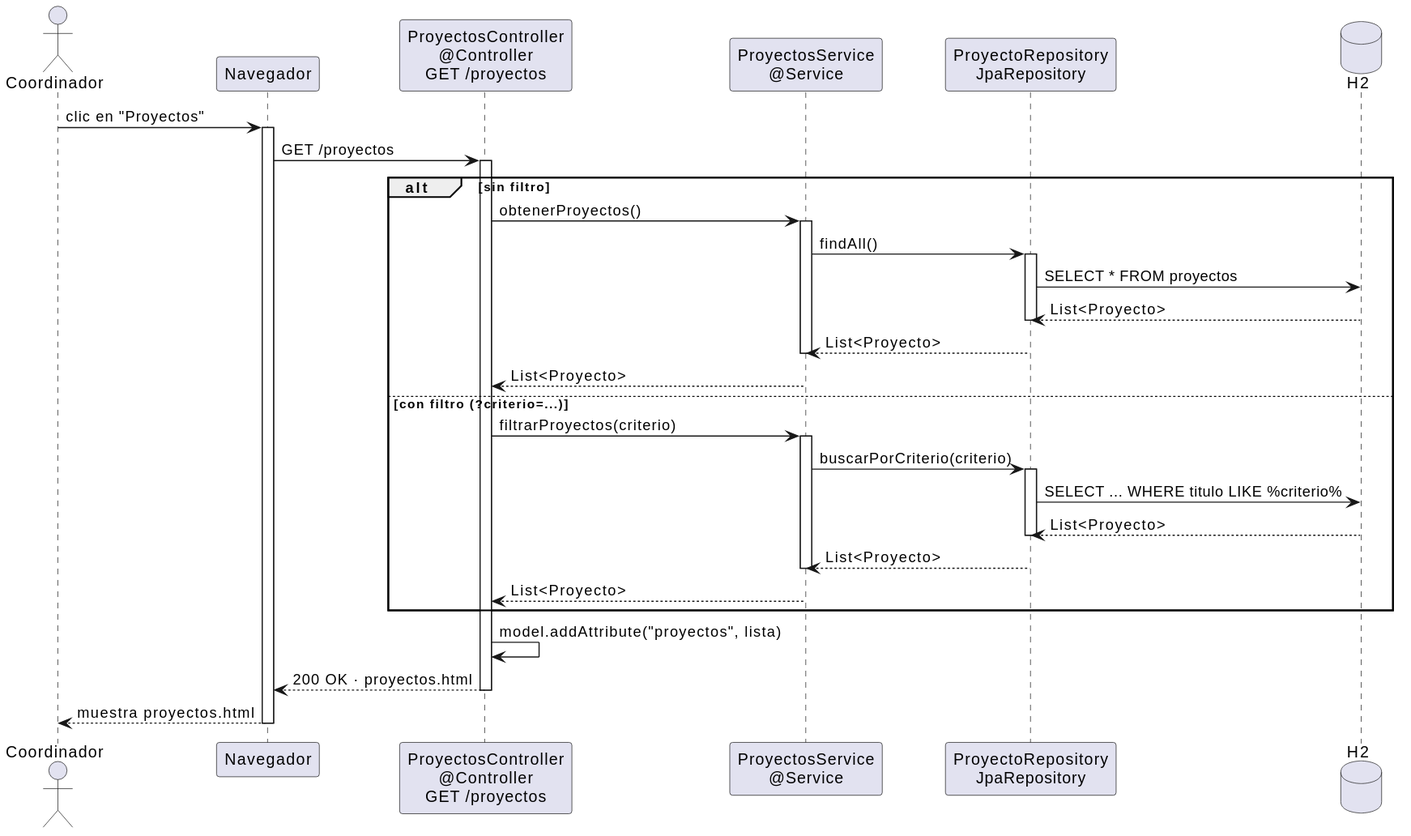
This is images/diseño/coordinador/abrirProyectos-diseño.svg from 31Diego/25-26-idsw2-sdVC, a PlantUML export, as it was before one commit. The source it was exported from:
```plantuml
@startuml
skinparam linetype ortho

actor "Coordinador" as Coord
participant "Navegador" as Nav
participant "ProyectosController\n@Controller\nGET /proyectos" as Ctrl
participant "ProyectosService\n@Service" as Service
participant "ProyectoRepository\nJpaRepository" as Repo
database "H2" as DB

Coord -> Nav : clic en "Proyectos"
activate Nav
Nav -> Ctrl : GET /proyectos
activate Ctrl

alt sin filtro
    Ctrl -> Service : obtenerProyectos()
    activate Service
    Service -> Repo : findAll()
    activate Repo
    Repo -> DB : SELECT * FROM proyectos
    DB --> Repo : List<Proyecto>
    deactivate Repo
    Repo --> Service : List<Proyecto>
    deactivate Service
    Service --> Ctrl : List<Proyecto>
else con filtro (?criterio=...)
    Ctrl -> Service : filtrarProyectos(criterio)
    activate Service
    Service -> Repo : buscarPorCriterio(criterio)
    activate Repo
    Repo -> DB : SELECT ... WHERE titulo LIKE %criterio%
    DB --> Repo : List<Proyecto>
    deactivate Repo
    Repo --> Service : List<Proyecto>
    deactivate Service
    Service --> Ctrl : List<Proyecto>
end

Ctrl -> Ctrl : model.addAttribute("proyectos", lista)
Ctrl --> Nav : 200 OK · proyectos.html
deactivate Ctrl
Nav --> Coord : muestra proyectos.html
deactivate Nav
@enduml
```
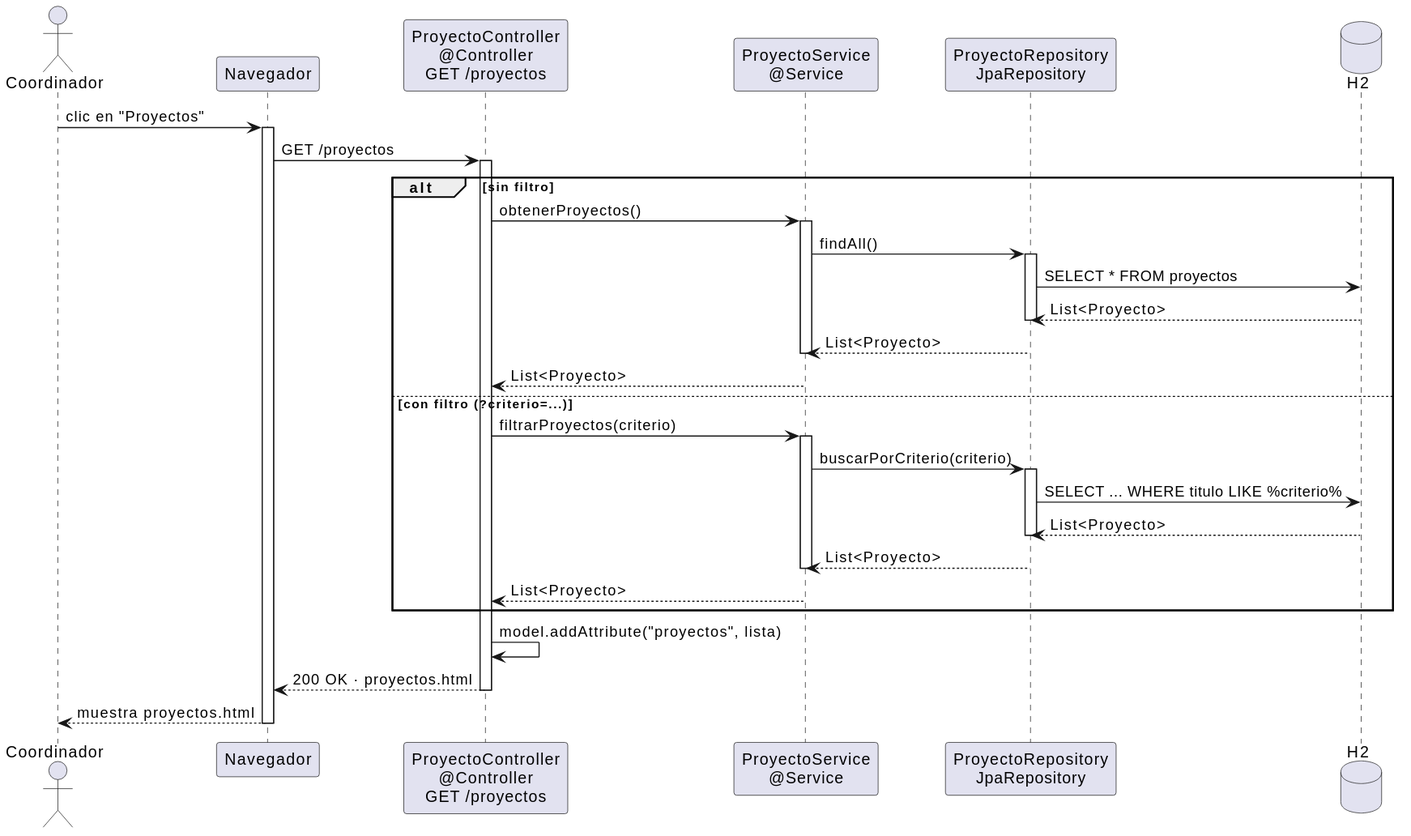
Above is the later version.

Diff of the diagram source:
```diff
@@ -3,8 +3,8 @@
 
 actor "Coordinador" as Coord
 participant "Navegador" as Nav
-participant "ProyectosController\n@Controller\nGET /proyectos" as Ctrl
-participant "ProyectosService\n@Service" as Service
+participant "ProyectoController\n@Controller\nGET /proyectos" as Ctrl
+participant "ProyectoService\n@Service" as Service
 participant "ProyectoRepository\nJpaRepository" as Repo
 database "H2" as DB
 
```
